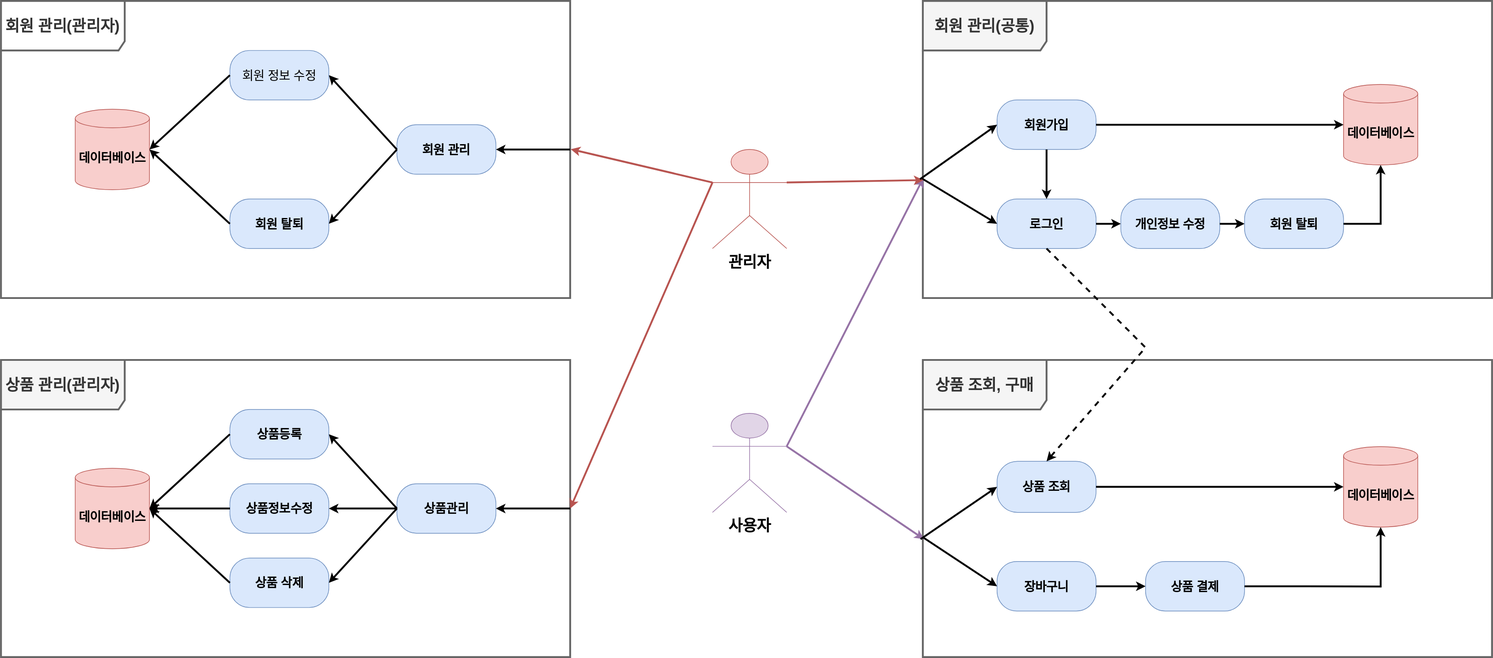
The draw.io diagram modernif_usecase.svg in changyeonPark/ModernifSpring, before a commit. Source tidied: cells renumbered, new cells last; positions are measured from the earlier drawing's top-left corner, leaving out a move shared by most shapes.
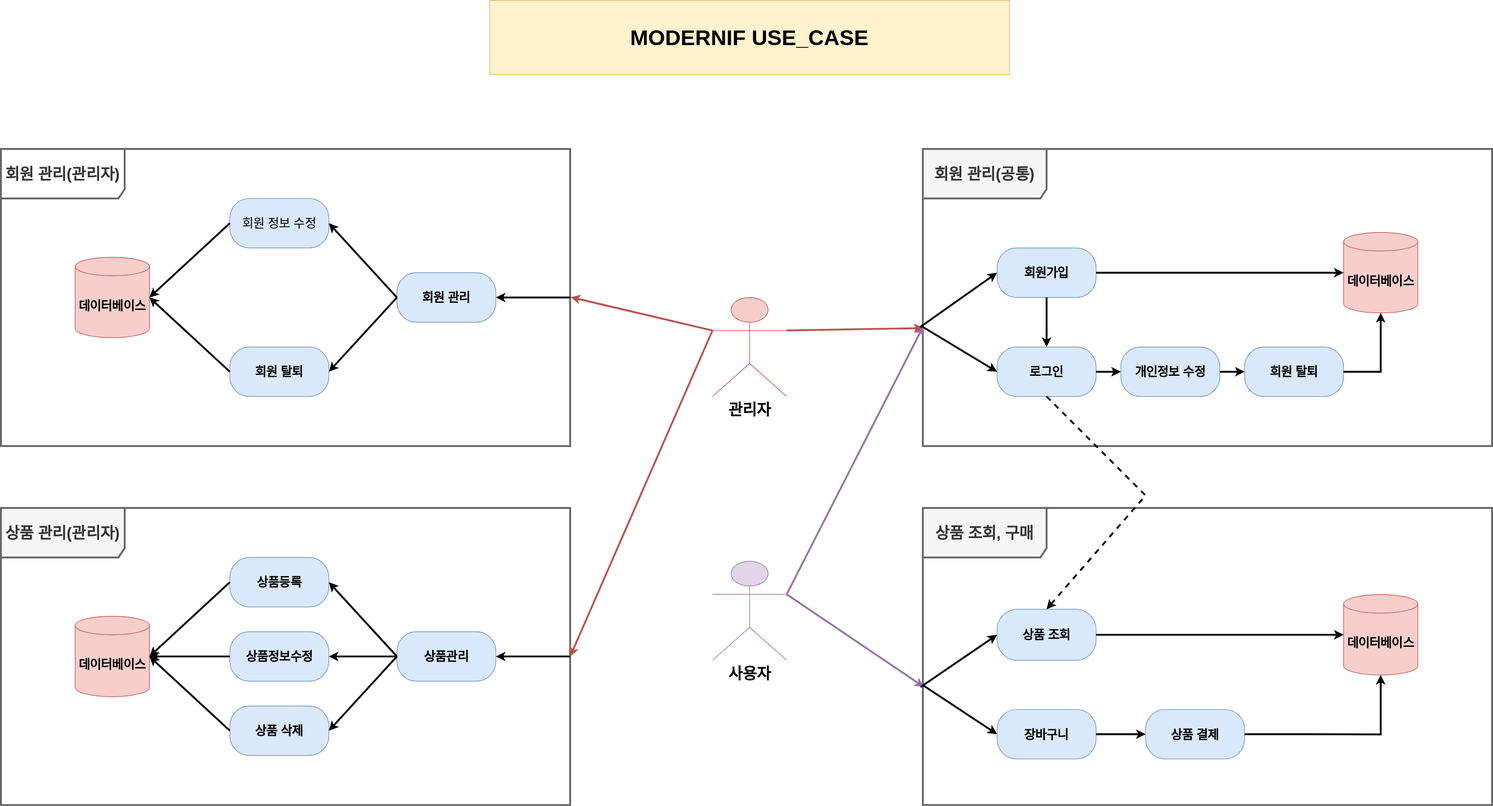
Later version of the same file.

Change to the diagram source:
```diff
@@ -177,5 +177,8 @@
     <mxCell id="55" style="endArrow=classic;html=1;rounded=0;exitX=0;exitY=0.3333333333333333;exitDx=0;exitDy=0;exitPerimeter=0;entryX=1.001;entryY=0.499;entryDx=0;entryDy=0;entryPerimeter=0;fillColor=#f8cecc;strokeColor=#b85450;strokeWidth=3;fontStyle=1;" parent="1" edge="1" source="27" target="45">
       <mxGeometry relative="1" as="geometry" />
     </mxCell>
+    <mxCell id="56" value="&lt;b style=&quot;&quot;&gt;&lt;font style=&quot;font-size: 35px;&quot;&gt;MODERNIF USE_CASE&lt;/font&gt;&lt;/b&gt;" style="rounded=0;whiteSpace=wrap;html=1;labelBackgroundColor=none;labelBorderColor=none;fillColor=#fff2cc;strokeColor=#d6b656;" parent="1" vertex="1">
+      <mxGeometry x="790" y="-240" width="840" height="120" as="geometry" />
+    </mxCell>
   </root>
 </mxGraphModel>
```
